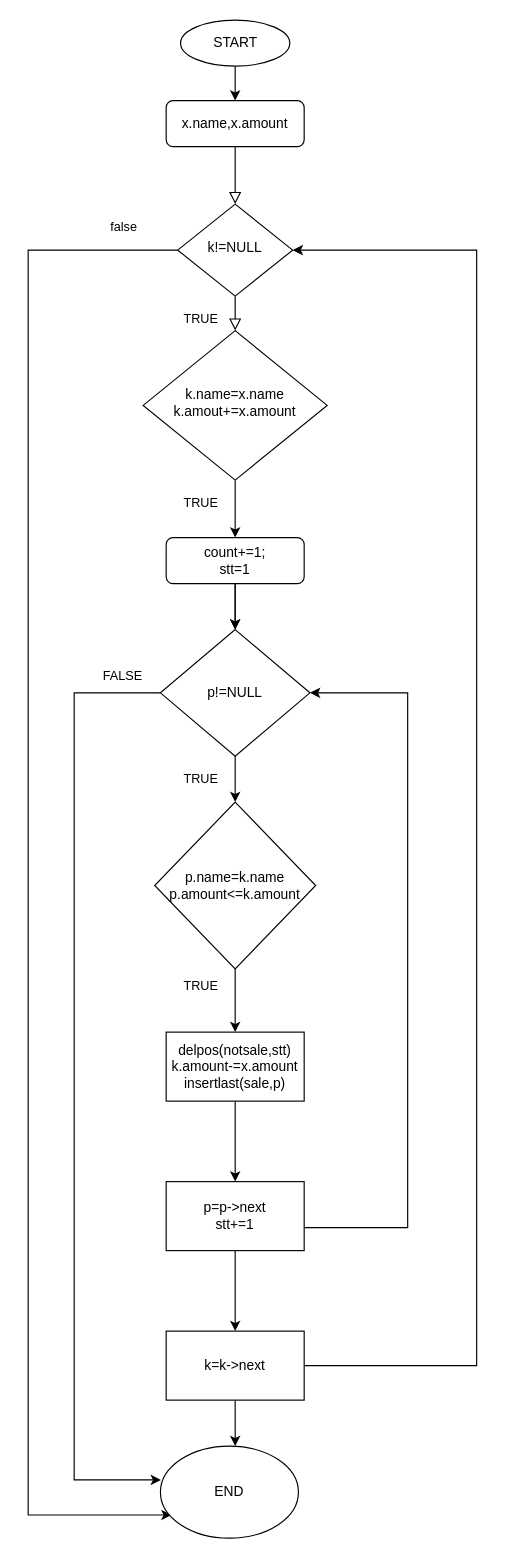
Above: CStruct/Biểu đồ không có tiêu đề.drawio in haihhtnpt/CSharpkt (draw.io), before the change. Source tidied: cells renumbered, new cells numbered last; positions are measured from the earlier drawing's top-left corner, leaving out a move shared by most shapes. Both pictures are drawn from the tidied source at 115%, with x=0, y=0 at pixel (28, 20).
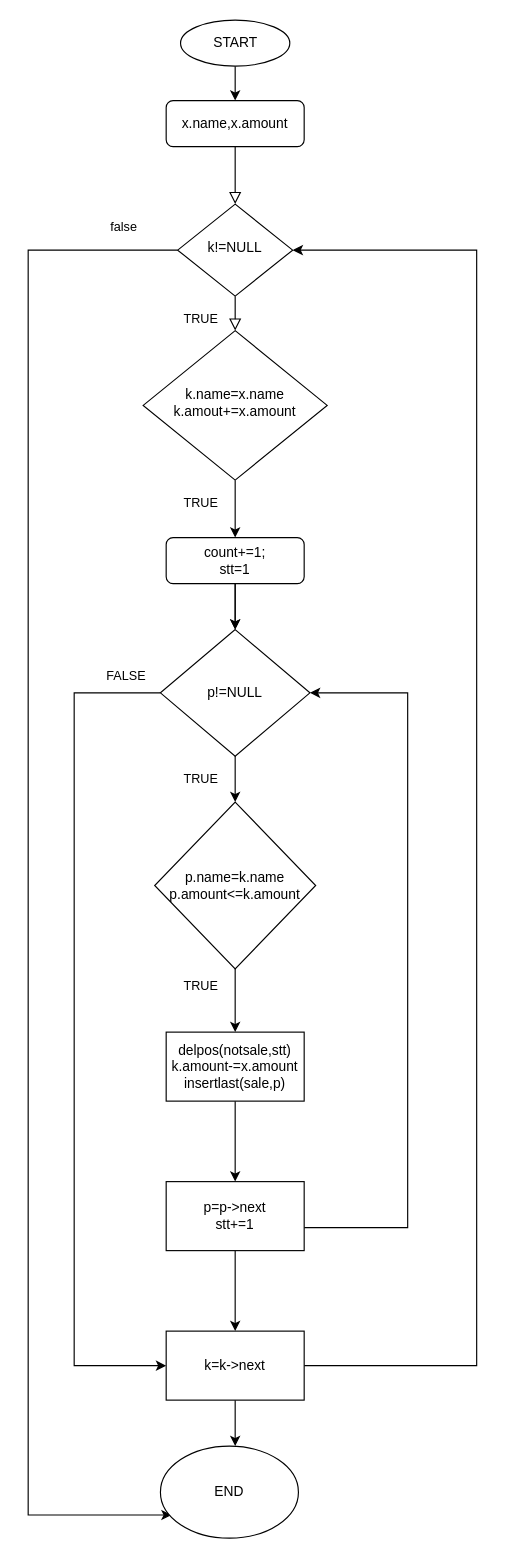
After the change.

Commit message (it also covers changes not shown here):
Cập nhật Biểu đồ không có tiêu đề.drawio

The change refers to these unchanged cells:
```xml
<mxCell id="21" value="k=k-&amp;gt;next" style="rounded=0;whiteSpace=wrap;html=1;" parent="1" vertex="1">
  <mxGeometry x="120" y="1140" width="120" height="60" as="geometry" />
</mxCell>
<mxCell id="24" value="p!=NULL" style="rhombus;whiteSpace=wrap;html=1;" parent="1" vertex="1">
  <mxGeometry x="115" y="530" width="130" height="110" as="geometry" />
</mxCell>
<mxCell id="25" value="END" style="ellipse;whiteSpace=wrap;html=1;" parent="1" vertex="1">
  <mxGeometry x="115" y="1240" width="120" height="80" as="geometry" />
</mxCell>
```

What changed in the source:
```diff
@@
-    <mxCell id="23" value="FALSE" style="edgeStyle=orthogonalEdgeStyle;rounded=0;jettySize=auto;html=1;entryX=0.004;entryY=0.367;entryDx=0;entryDy=0;entryPerimeter=0;" parent="1" edge="1" source="24" target="25">
+    <mxCell id="23" value="FALSE" style="edgeStyle=orthogonalEdgeStyle;rounded=0;jettySize=auto;html=1;entryX=0;entryY=0.5;entryDx=0;entryDy=0;" parent="1" edge="1" source="24" target="21">
       <mxGeometry x="-0.92" y="-15" relative="1" as="geometry">
         <Array as="points">
           <mxPoint x="40" y="585" />
-          <mxPoint x="40" y="1269" />
+          <mxPoint x="40" y="1170" />
         </Array>
       </mxGeometry>
     </mxCell>
```
